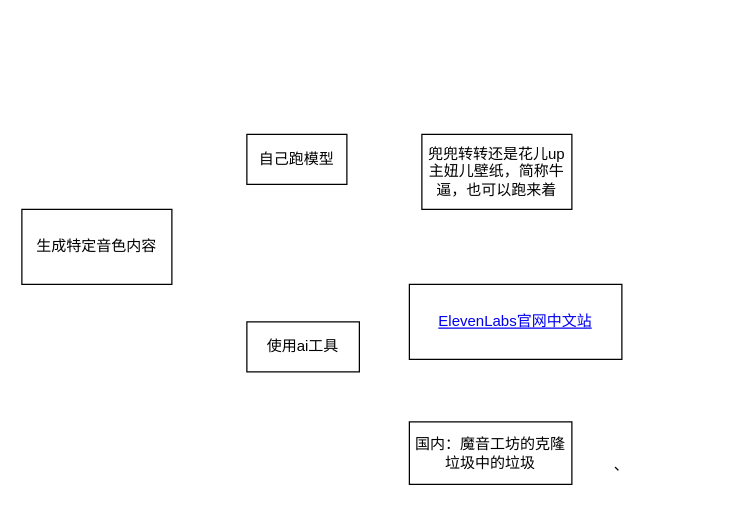
Earlier version of the draw.io diagram 生成特定音色和内容.drawio (hhhhh15/drawio). Source tidied: cells renumbered, new cells numbered last; positions are measured from the earlier drawing's top-left corner, leaving out a move shared by most shapes. Both pictures are drawn from the tidied source at 125%, with x=0, y=0 at pixel (21, 134).
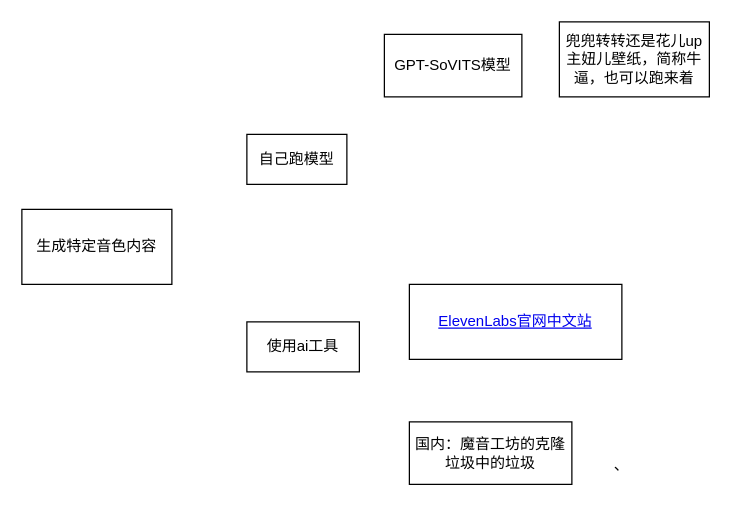
The same diagram, later.

Commit message:
更新生成特定音色和内容.drawio

Diff of the diagram source:
```diff
@@
 <mxGraphModel>
   <root>
     <mxCell id="0" />
     <mxCell id="1" parent="0" />
     <mxCell id="2" value="生成特定音色内容" style="whiteSpace=wrap;html=1;" parent="1" vertex="1">
       <mxGeometry y="60" width="120" height="60" as="geometry" />
     </mxCell>
     <mxCell id="3" value="自己跑模型" style="whiteSpace=wrap;html=1;" parent="1" vertex="1">
       <mxGeometry x="180" width="80" height="40" as="geometry" />
     </mxCell>
     <mxCell id="4" value="使用ai工具" style="whiteSpace=wrap;html=1;" parent="1" vertex="1">
       <mxGeometry x="180" y="150" width="90" height="40" as="geometry" />
     </mxCell>
     <mxCell id="5" value="国内：魔音工坊的克隆&lt;div&gt;垃圾中的垃圾&lt;/div&gt;" style="whiteSpace=wrap;html=1;" parent="1" vertex="1">
       <mxGeometry x="310" y="230" width="130" height="50" as="geometry" />
     </mxCell>
     <mxCell id="6" value="、" style="text;html=1;whiteSpace=wrap;strokeColor=none;fillColor=none;align=center;verticalAlign=middle;rounded=0;" parent="1" vertex="1">
       <mxGeometry x="450" y="250" width="60" height="30" as="geometry" />
     </mxCell>
     <mxCell id="7" value="&lt;a href=&quot;https://elevenlabscn.com/&quot;&gt;ElevenLabs官网中文站&lt;/a&gt;" style="whiteSpace=wrap;html=1;" parent="1" vertex="1">
       <mxGeometry x="310" y="120" width="170" height="60" as="geometry" />
     </mxCell>
     <mxCell id="8" value="兜兜转转还是花儿up主妞儿壁纸，简称牛逼，也可以跑来着" style="whiteSpace=wrap;html=1;" parent="1" vertex="1">
-      <mxGeometry x="320" width="120" height="60" as="geometry" />
+      <mxGeometry x="430" y="-90" width="120" height="60" as="geometry" />
     </mxCell>
+    <mxCell id="9" value="GPT-SoVITS模型" style="whiteSpace=wrap;html=1;" parent="1" vertex="1">
+      <mxGeometry x="290" y="-80" width="110" height="50" as="geometry" />
+    </mxCell>
   </root>
 </mxGraphModel>
```
